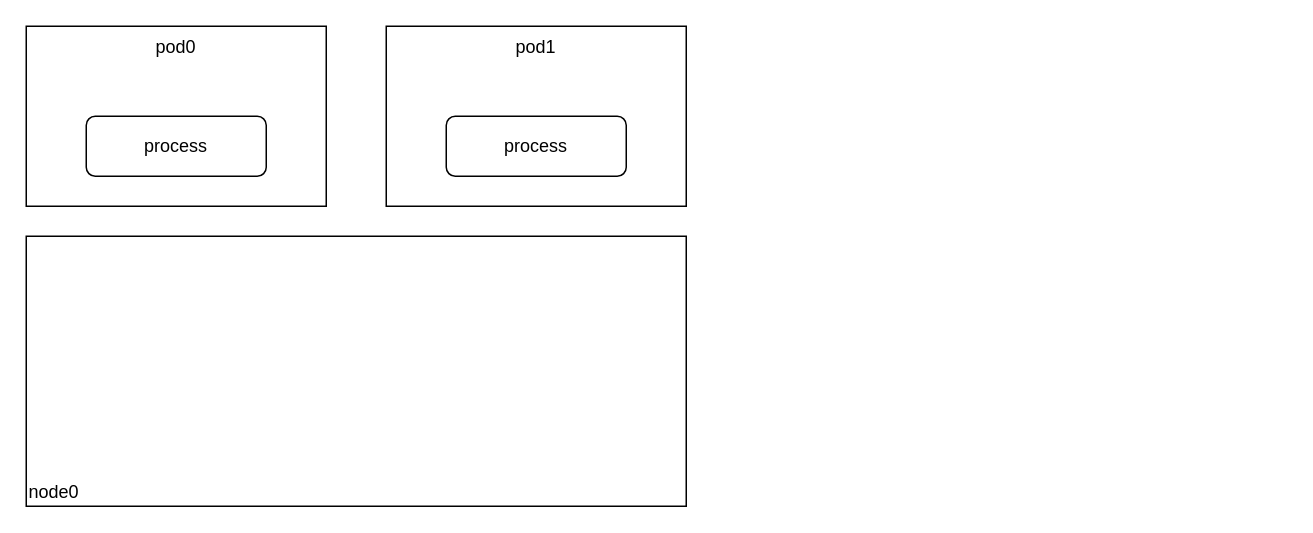
haruband/codebook keeps this draw.io diagram as k8s/k8s.drawio. Above is the earlier version. Source tidied: cells renumbered, new cells numbered last; positions are measured from the earlier drawing's top-left corner, leaving out a move shared by most shapes. Both pictures are drawn from the tidied source at 150%, with x=0, y=0 at pixel (26, 26).
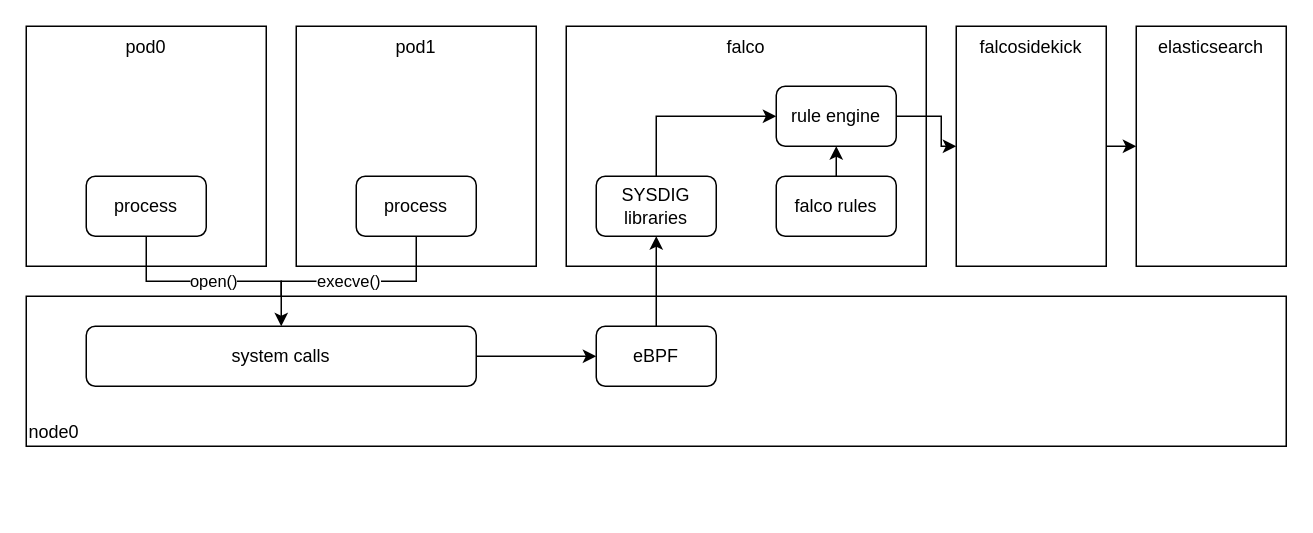
The same diagram, later.

Change to the diagram source:
```diff
@@
     <mxCell id="2" value="pod0" style="rounded=0;whiteSpace=wrap;html=1;verticalAlign=top;align=center;" parent="1" vertex="1">
-      <mxGeometry width="200" height="120" as="geometry" />
+      <mxGeometry width="160" height="160" as="geometry" />
     </mxCell>
     <mxCell id="3" value="process" style="rounded=1;whiteSpace=wrap;html=1;" parent="1" vertex="1">
-      <mxGeometry x="40" y="60" width="120" height="40" as="geometry" />
+      <mxGeometry x="40" y="100" width="80" height="40" as="geometry" />
     </mxCell>
     <mxCell id="4" value="pod1" style="rounded=0;whiteSpace=wrap;html=1;verticalAlign=top;align=center;" parent="1" vertex="1">
-      <mxGeometry x="240" width="200" height="120" as="geometry" />
+      <mxGeometry x="180" width="160" height="160" as="geometry" />
     </mxCell>
+    <mxCell id="7" value="execve()" style="edgeStyle=orthogonalEdgeStyle;rounded=0;jettySize=auto;html=1;exitX=0.5;exitY=1;exitDx=0;exitDy=0;entryX=0.5;entryY=0;entryDx=0;entryDy=0;" parent="1" edge="1" source="5" target="9">
+      <mxGeometry relative="1" as="geometry" />
+    </mxCell>
     <mxCell id="5" value="process" style="rounded=1;whiteSpace=wrap;html=1;" parent="1" vertex="1">
-      <mxGeometry x="280" y="60" width="120" height="40" as="geometry" />
+      <mxGeometry x="220" y="100" width="80" height="40" as="geometry" />
     </mxCell>
     <mxCell id="6" value="node0" style="rounded=0;whiteSpace=wrap;html=1;verticalAlign=bottom;align=left;" parent="1" vertex="1">
-      <mxGeometry y="140" width="440" height="180" as="geometry" />
+      <mxGeometry y="180" width="840" height="100" as="geometry" />
     </mxCell>
+    <mxCell id="8" style="edgeStyle=orthogonalEdgeStyle;rounded=0;jettySize=auto;html=1;exitX=1;exitY=0.5;exitDx=0;exitDy=0;entryX=0;entryY=0.5;entryDx=0;entryDy=0;" parent="1" edge="1" source="9" target="11">
+      <mxGeometry relative="1" as="geometry" />
+    </mxCell>
+    <mxCell id="9" value="system calls" style="rounded=1;whiteSpace=wrap;html=1;" parent="1" vertex="1">
+      <mxGeometry x="40" y="200" width="260" height="40" as="geometry" />
+    </mxCell>
+    <mxCell id="10" value="open()" style="edgeStyle=orthogonalEdgeStyle;rounded=0;jettySize=auto;html=1;exitX=0.5;exitY=1;exitDx=0;exitDy=0;entryX=0.5;entryY=0;entryDx=0;entryDy=0;" parent="1" edge="1" source="3" target="9">
+      <mxGeometry relative="1" as="geometry" />
+    </mxCell>
+    <mxCell id="11" value="eBPF" style="rounded=1;whiteSpace=wrap;html=1;" parent="1" vertex="1">
+      <mxGeometry x="380" y="200" width="80" height="40" as="geometry" />
+    </mxCell>
+    <mxCell id="12" value="falco" style="rounded=0;whiteSpace=wrap;html=1;verticalAlign=top;align=center;" parent="1" vertex="1">
+      <mxGeometry x="360" width="240" height="160" as="geometry" />
+    </mxCell>
+    <mxCell id="13" style="edgeStyle=orthogonalEdgeStyle;rounded=0;jettySize=auto;html=1;exitX=0.5;exitY=0;exitDx=0;exitDy=0;entryX=0;entryY=0.5;entryDx=0;entryDy=0;" parent="1" edge="1" source="14" target="16">
+      <mxGeometry relative="1" as="geometry" />
+    </mxCell>
+    <mxCell id="14" value="SYSDIG&lt;br&gt;libraries" style="rounded=1;whiteSpace=wrap;html=1;" parent="1" vertex="1">
+      <mxGeometry x="380" y="100" width="80" height="40" as="geometry" />
+    </mxCell>
+    <mxCell id="15" style="edgeStyle=orthogonalEdgeStyle;rounded=0;jettySize=auto;html=1;exitX=1;exitY=0.5;exitDx=0;exitDy=0;entryX=0;entryY=0.5;entryDx=0;entryDy=0;" parent="1" edge="1" source="16" target="21">
+      <mxGeometry relative="1" as="geometry">
+        <Array as="points">
+          <mxPoint x="610" y="60" />
+          <mxPoint x="610" y="80" />
+        </Array>
+      </mxGeometry>
+    </mxCell>
+    <mxCell id="16" value="rule engine" style="rounded=1;whiteSpace=wrap;html=1;" parent="1" vertex="1">
+      <mxGeometry x="500" y="40" width="80" height="40" as="geometry" />
+    </mxCell>
+    <mxCell id="17" style="edgeStyle=orthogonalEdgeStyle;rounded=0;jettySize=auto;html=1;exitX=0.5;exitY=0;exitDx=0;exitDy=0;entryX=0.5;entryY=1;entryDx=0;entryDy=0;" parent="1" edge="1" source="18" target="16">
+      <mxGeometry relative="1" as="geometry" />
+    </mxCell>
+    <mxCell id="18" value="falco rules" style="rounded=1;whiteSpace=wrap;html=1;" parent="1" vertex="1">
+      <mxGeometry x="500" y="100" width="80" height="40" as="geometry" />
+    </mxCell>
+    <mxCell id="19" style="edgeStyle=orthogonalEdgeStyle;rounded=0;jettySize=auto;html=1;exitX=0.5;exitY=0;exitDx=0;exitDy=0;entryX=0.5;entryY=1;entryDx=0;entryDy=0;" parent="1" edge="1" source="11" target="14">
+      <mxGeometry relative="1" as="geometry" />
+    </mxCell>
+    <mxCell id="20" style="edgeStyle=orthogonalEdgeStyle;rounded=0;jettySize=auto;html=1;exitX=1;exitY=0.5;exitDx=0;exitDy=0;entryX=0;entryY=0.5;entryDx=0;entryDy=0;" parent="1" edge="1" source="21" target="22">
+      <mxGeometry relative="1" as="geometry" />
+    </mxCell>
+    <mxCell id="21" value="falcosidekick" style="rounded=0;whiteSpace=wrap;html=1;verticalAlign=top;align=center;" parent="1" vertex="1">
+      <mxGeometry x="620" width="100" height="160" as="geometry" />
+    </mxCell>
+    <mxCell id="22" value="elasticsearch" style="rounded=0;whiteSpace=wrap;html=1;verticalAlign=top;align=center;" parent="1" vertex="1">
+      <mxGeometry x="740" width="100" height="160" as="geometry" />
+    </mxCell>
```
